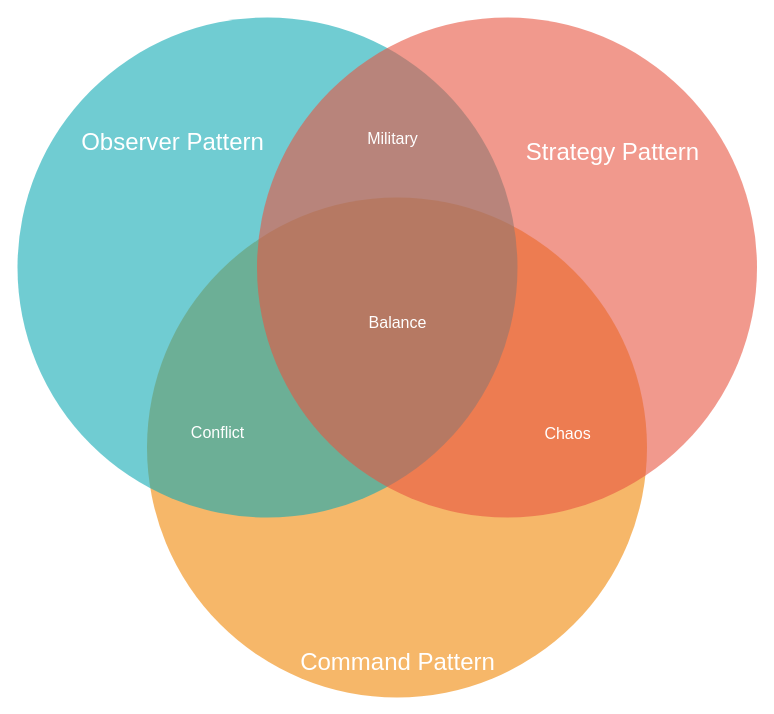
The draw.io diagram InterfaceDesignPatternVenn.drawio in pascalreiss/draw_io_stuff, before the edit. Source tidied: cells renumbered, new cells numbered last; positions are measured from the earlier drawing's top-left corner, leaving out a move shared by most shapes. Both pictures are drawn from the tidied source at 100%, with x=0, y=0 at pixel (17, 17).
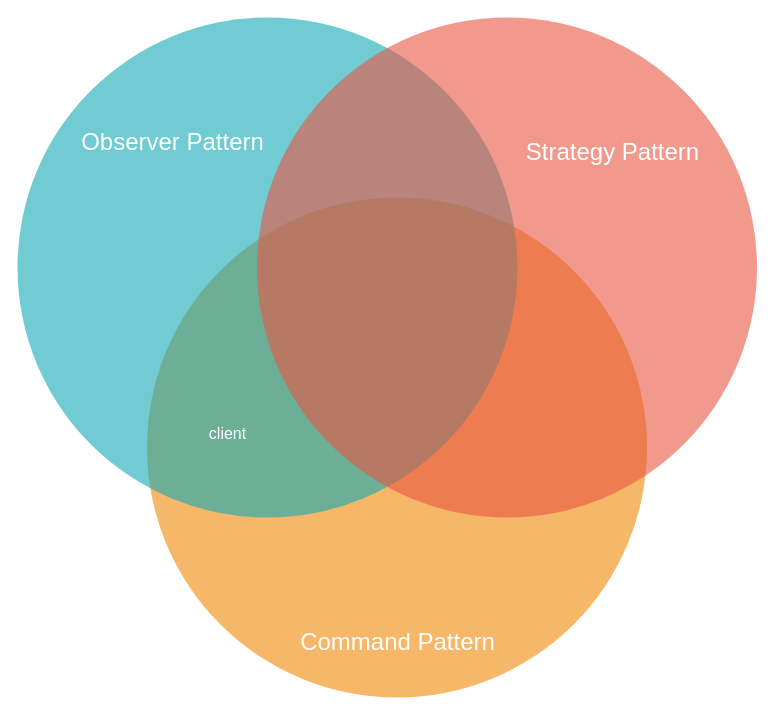
After the change.

Diff of the diagram source:
```diff
@@
 <mxGraphModel>
   <root>
     <mxCell id="0" />
     <mxCell id="1" parent="0" />
     <mxCell id="2" style="ellipse;fillColor=#F08705;opacity=60;strokeColor=none;html=1;fontColor=#FFFFFF;" parent="1" vertex="1">
       <mxGeometry x="129.5" y="180" width="500" height="500" as="geometry" />
     </mxCell>
     <mxCell id="3" style="ellipse;fillColor=#12AAB5;opacity=60;strokeColor=none;html=1;fontColor=#FFFFFF;" parent="1" vertex="1">
       <mxGeometry width="500" height="500" as="geometry" />
     </mxCell>
     <mxCell id="4" style="ellipse;fillColor=#e85642;opacity=60;strokeColor=none;html=1;fontColor=#FFFFFF;" parent="1" vertex="1">
       <mxGeometry x="239.5" width="500" height="500" as="geometry" />
     </mxCell>
     <mxCell id="5" value="Observer Pattern" style="text;fontSize=24;align=center;verticalAlign=middle;html=1;fontColor=#FFFFFF;" parent="1" vertex="1">
       <mxGeometry x="60" y="90" width="190" height="70" as="geometry" />
     </mxCell>
     <mxCell id="6" value="Strategy Pattern" style="text;fontSize=24;align=center;verticalAlign=middle;html=1;fontColor=#FFFFFF;" parent="1" vertex="1">
       <mxGeometry x="500" y="100" width="190" height="70" as="geometry" />
     </mxCell>
     <mxCell id="7" value="Command Pattern" style="text;fontSize=24;align=center;verticalAlign=middle;html=1;fontColor=#FFFFFF;" parent="1" vertex="1">
-      <mxGeometry x="284.5" y="610" width="190" height="70" as="geometry" />
+      <mxGeometry x="284.5" y="590" width="190" height="70" as="geometry" />
     </mxCell>
-    <mxCell id="8" value="Military" style="text;align=center;html=1;fontColor=#FFFFFF;fontSize=16;" parent="1" vertex="1">
-      <mxGeometry x="355" y="105" width="40" height="40" as="geometry" />
+    <mxCell id="8" value="client" style="text;align=center;html=1;fontColor=#FFFFFF;fontSize=16;" parent="1" vertex="1">
+      <mxGeometry x="190" y="400" width="40" height="40" as="geometry" />
     </mxCell>
-    <mxCell id="9" value="Conflict" style="text;align=center;html=1;fontColor=#FFFFFF;fontSize=16;" parent="1" vertex="1">
-      <mxGeometry x="180" y="398.5" width="40" height="40" as="geometry" />
-    </mxCell>
-    <mxCell id="10" value="Chaos" style="text;align=center;html=1;fontColor=#FFFFFF;fontSize=16;" parent="1" vertex="1">
-      <mxGeometry x="530" y="400" width="40" height="40" as="geometry" />
-    </mxCell>
-    <mxCell id="11" value="Balance" style="text;align=center;html=1;fontColor=#FFFFFF;fontSize=16;" parent="1" vertex="1">
-      <mxGeometry x="359.5" y="288.5" width="40" height="40" as="geometry" />
-    </mxCell>
   </root>
 </mxGraphModel>
```
